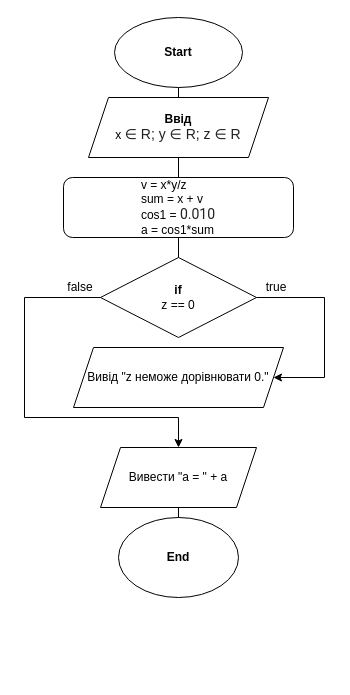
Above: page "Lab01.1" (1 of 2) of Lab01/Lab01.1.drawio in w0nna/ads-bugreyev-kp13 (draw.io), before the change. Source tidied: cells renumbered, new cells numbered last; positions are measured from the earlier drawing's top-left corner, leaving out a move shared by most shapes. Both pictures are drawn from the tidied source at 100%, with x=0, y=0 at pixel (24, 17).
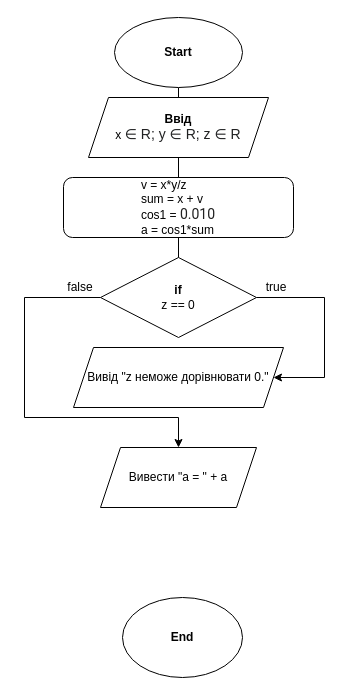
After the change.

The change refers to these unchanged cells:
```xml
<mxCell id="12" value="Вивести &quot;а = &quot; + a" style="shape=parallelogram;perimeter=parallelogramPerimeter;whiteSpace=wrap;html=1;fixedSize=1;" parent="1" vertex="1">
  <mxGeometry x="76" y="430" width="156" height="60" as="geometry" />
</mxCell>
```

Diff of the diagram source:
```diff
@@
     <mxCell id="14" value="&lt;b&gt;End&lt;/b&gt;" style="ellipse;whiteSpace=wrap;html=1;" parent="1" vertex="1">
-      <mxGeometry x="94" y="500" width="120" height="80" as="geometry" />
+      <mxGeometry x="98" y="580" width="120" height="80" as="geometry" />
     </mxCell>
-    <mxCell id="15" style="endArrow=none;html=1;entryX=0.5;entryY=1;entryDx=0;entryDy=0;exitX=0.5;exitY=0;exitDx=0;exitDy=0;" parent="1" edge="1" source="14" target="12">
-      <mxGeometry relative="1" as="geometry" />
-    </mxCell>
```
